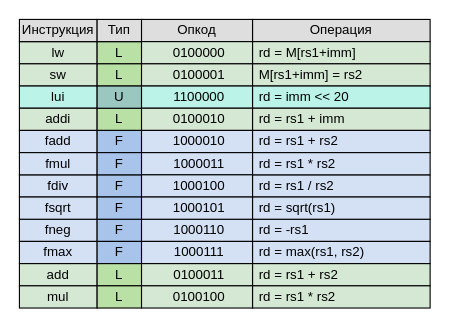
Earlier version of the draw.io diagram docs/starukhin_dissertation/images/svg/isa_set_table.drawio (HaMeNopeDiot/hardware_gpu). Source tidied: cells renumbered, new cells numbered last; positions are measured from the earlier drawing's top-left corner, leaving out a move shared by most shapes. Both pictures are drawn from the tidied source at 111%, with x=0, y=0 at pixel (19, 19).
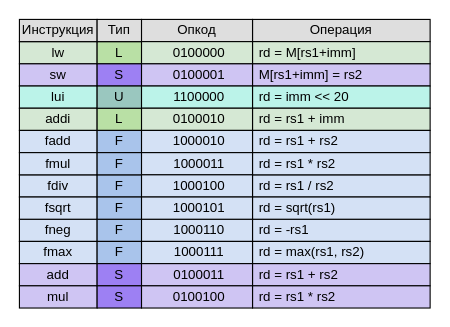
Above is the later version.

What changed in the source:
```diff
@@
-    <mxCell id="3" value="sw" style="rounded=0;whiteSpace=wrap;html=1;gradientColor=none;fillColor=#D5E8D4;convertToSvg=1;" parent="1" vertex="1">
+    <mxCell id="3" value="sw" style="rounded=0;whiteSpace=wrap;html=1;gradientColor=none;fillColor=light-dark(#CFC5F3,#FFFFFF);convertToSvg=1;" parent="1" vertex="1">
       <mxGeometry y="40" width="70" height="20" as="geometry" />
     </mxCell>
@@
-    <mxCell id="12" value="add" style="rounded=0;whiteSpace=wrap;html=1;gradientColor=none;fillColor=#D5E8D4;convertToSvg=1;" parent="1" vertex="1">
+    <mxCell id="12" value="add" style="rounded=0;whiteSpace=wrap;html=1;gradientColor=none;fillColor=light-dark(#CFC5F3,#FFFFFF);convertToSvg=1;" parent="1" vertex="1">
       <mxGeometry y="220" width="70" height="20" as="geometry" />
     </mxCell>
-    <mxCell id="13" value="mul" style="rounded=0;whiteSpace=wrap;html=1;gradientColor=none;fillColor=#D5E8D4;convertToSvg=1;" parent="1" vertex="1">
+    <mxCell id="13" value="mul" style="rounded=0;whiteSpace=wrap;html=1;gradientColor=none;fillColor=light-dark(#CFC5F3,#FFFFFF);convertToSvg=1;" parent="1" vertex="1">
       <mxGeometry y="240" width="70" height="20" as="geometry" />
     </mxCell>
@@
-    <mxCell id="17" value="L" style="rounded=0;whiteSpace=wrap;html=1;fillColor=#B9E0A5;convertToSvg=1;" parent="1" vertex="1">
+    <mxCell id="17" value="S" style="rounded=0;whiteSpace=wrap;html=1;fillColor=light-dark(#9D80F3,#FFFFFF);convertToSvg=1;" parent="1" vertex="1">
       <mxGeometry x="70" y="40" width="40" height="20" as="geometry" />
     </mxCell>
@@
-    <mxCell id="26" value="L" style="rounded=0;whiteSpace=wrap;html=1;fillColor=#B9E0A5;convertToSvg=1;" parent="1" vertex="1">
+    <mxCell id="26" value="S" style="rounded=0;whiteSpace=wrap;html=1;fillColor=light-dark(#9D80F3,#FFFFFF);convertToSvg=1;" parent="1" vertex="1">
       <mxGeometry x="70" y="220" width="40" height="20" as="geometry" />
     </mxCell>
-    <mxCell id="27" value="L" style="rounded=0;whiteSpace=wrap;html=1;fillColor=#B9E0A5;convertToSvg=1;" parent="1" vertex="1">
+    <mxCell id="27" value="S" style="rounded=0;whiteSpace=wrap;html=1;fillColor=light-dark(#9D80F3,#FFFFFF);convertToSvg=1;" parent="1" vertex="1">
       <mxGeometry x="70" y="240" width="40" height="20" as="geometry" />
     </mxCell>
@@
-    <mxCell id="30" value="M[rs1+imm] = rs2" style="rounded=0;whiteSpace=wrap;html=1;fillColor=#D5E8D4;convertToSvg=1;align=left;spacingLeft=4;" parent="1" vertex="1">
+    <mxCell id="30" value="M[rs1+imm] = rs2" style="rounded=0;whiteSpace=wrap;html=1;fillColor=light-dark(#CFC5F3,#FFFFFF);convertToSvg=1;align=left;spacingLeft=4;" parent="1" vertex="1">
       <mxGeometry x="210" y="40" width="160" height="20" as="geometry" />
     </mxCell>
@@
-    <mxCell id="39" value="rd = rs1 + rs2" style="rounded=0;whiteSpace=wrap;html=1;fillColor=#D5E8D4;convertToSvg=1;align=left;spacingLeft=4;" parent="1" vertex="1">
+    <mxCell id="39" value="rd = rs1 + rs2" style="rounded=0;whiteSpace=wrap;html=1;fillColor=light-dark(#CFC5F3,#FFFFFF);convertToSvg=1;align=left;spacingLeft=4;" parent="1" vertex="1">
       <mxGeometry x="210" y="220" width="160" height="20" as="geometry" />
     </mxCell>
-    <mxCell id="40" value="rd = rs1 * rs2" style="rounded=0;whiteSpace=wrap;html=1;fillColor=#D5E8D4;convertToSvg=1;align=left;spacingLeft=4;" parent="1" vertex="1">
+    <mxCell id="40" value="rd = rs1 * rs2" style="rounded=0;whiteSpace=wrap;html=1;fillColor=light-dark(#CFC5F3,#FFFFFF);convertToSvg=1;align=left;spacingLeft=4;" parent="1" vertex="1">
       <mxGeometry x="210" y="240" width="160" height="20" as="geometry" />
     </mxCell>
@@
-    <mxCell id="43" value="0100001" style="rounded=0;whiteSpace=wrap;html=1;fillColor=#D5E8D4;convertToSvg=1;align=center;spacingLeft=4;spacing=0;" parent="1" vertex="1">
+    <mxCell id="43" value="0100001" style="rounded=0;whiteSpace=wrap;html=1;fillColor=light-dark(#CFC5F3,#FFFFFF);convertToSvg=1;align=center;spacingLeft=4;spacing=0;" parent="1" vertex="1">
       <mxGeometry x="110" y="40" width="100" height="20" as="geometry" />
     </mxCell>
@@
-    <mxCell id="52" value="&lt;span style=&quot;text-wrap-mode: nowrap;&quot;&gt;0100011&lt;/span&gt;" style="rounded=0;whiteSpace=wrap;html=1;fillColor=#D5E8D4;convertToSvg=1;align=center;spacingLeft=4;spacing=0;" parent="1" vertex="1">
+    <mxCell id="52" value="&lt;span style=&quot;text-wrap-mode: nowrap;&quot;&gt;0100011&lt;/span&gt;" style="rounded=0;whiteSpace=wrap;html=1;fillColor=light-dark(#CFC5F3,#FFFFFF);convertToSvg=1;align=center;spacingLeft=4;spacing=0;" parent="1" vertex="1">
       <mxGeometry x="110" y="220" width="100" height="20" as="geometry" />
     </mxCell>
-    <mxCell id="53" value="&lt;span style=&quot;text-wrap-mode: nowrap;&quot;&gt;0100100&lt;/span&gt;" style="rounded=0;whiteSpace=wrap;html=1;fillColor=#D5E8D4;convertToSvg=1;align=center;spacingLeft=4;spacing=0;" parent="1" vertex="1">
+    <mxCell id="53" value="&lt;span style=&quot;text-wrap-mode: nowrap;&quot;&gt;0100100&lt;/span&gt;" style="rounded=0;whiteSpace=wrap;html=1;fillColor=light-dark(#CFC5F3,#FFFFFF);convertToSvg=1;align=center;spacingLeft=4;spacing=0;" parent="1" vertex="1">
       <mxGeometry x="110" y="240" width="100" height="20" as="geometry" />
     </mxCell>
```
